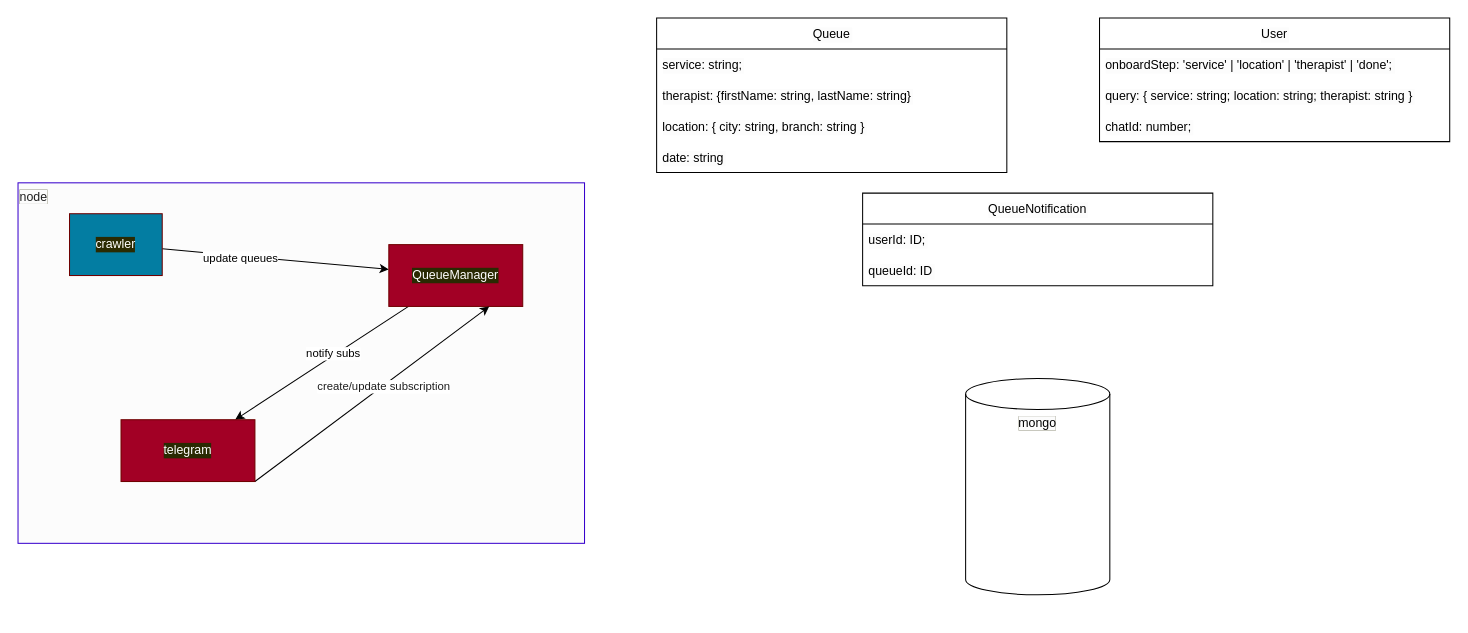
Earlier version of the draw.io diagram architecture.drawio (guygolanIL/queues). Source tidied: cells renumbered, new cells numbered last; positions are measured from the earlier drawing's top-left corner, leaving out a move shared by most shapes. Both pictures are drawn from the tidied source at 103%, with x=0, y=0 at pixel (18, 18).
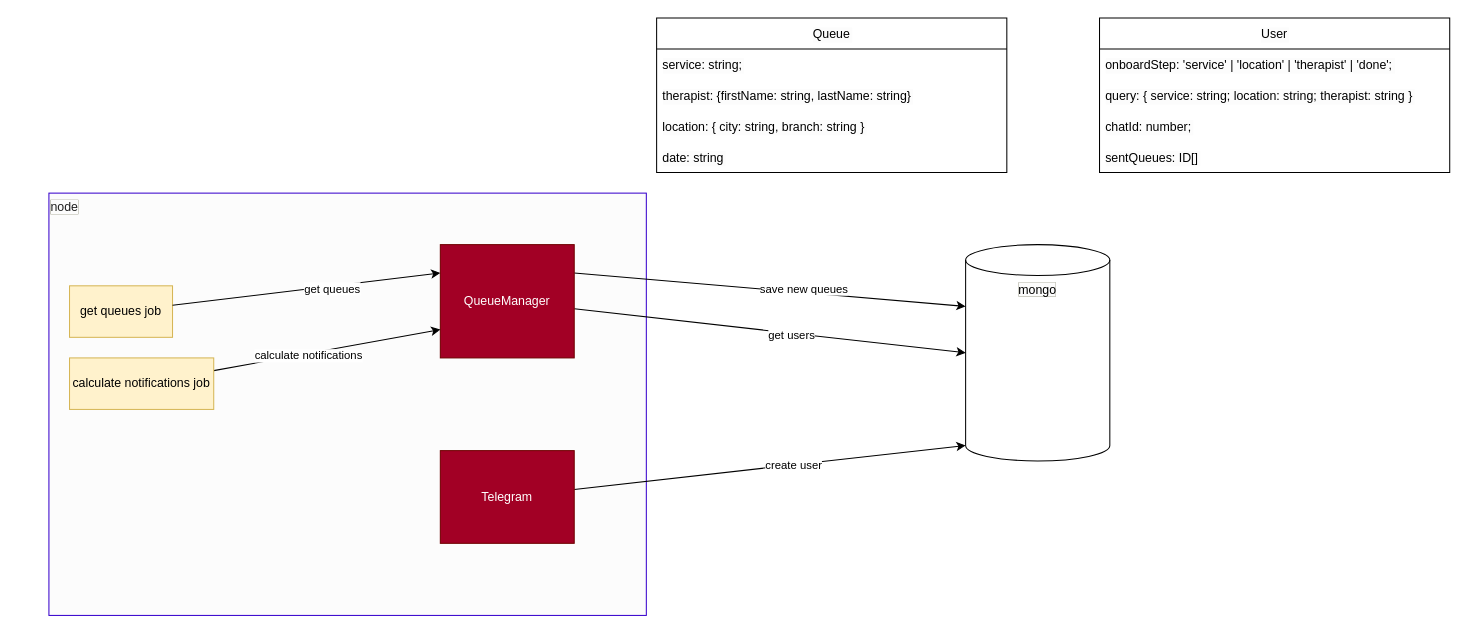
The same page after the edit.

Change to the diagram source:
```diff
@@
     <mxCell id="2" value="&lt;span style=&quot;background-color: rgb(252 , 252 , 252)&quot;&gt;mongo&lt;/span&gt;" style="shape=cylinder3;whiteSpace=wrap;html=1;boundedLbl=1;backgroundOutline=1;size=15;rounded=0;labelBackgroundColor=#2A2A02;fillColor=none;align=center;verticalAlign=top;" parent="1" vertex="1">
-      <mxGeometry x="920" y="350" width="140" height="210" as="geometry" />
+      <mxGeometry x="920" y="220" width="140" height="210" as="geometry" />
     </mxCell>
     <mxCell id="3" value="&lt;span style=&quot;background-color: rgb(252 , 252 , 252)&quot;&gt;&lt;font color=&quot;#1f1f1f&quot;&gt;node&lt;/font&gt;&lt;/span&gt;" style="text;html=1;strokeColor=#3700CC;fillColor=#FCFCFC;align=left;verticalAlign=top;whiteSpace=wrap;rounded=0;labelBackgroundColor=#2A2A02;fontColor=#ffffff;" parent="1" vertex="1">
-      <mxGeometry y="160" width="550" height="350" as="geometry" />
+      <mxGeometry x="30" y="170" width="580" height="410" as="geometry" />
     </mxCell>
-    <mxCell id="4" style="edgeStyle=none;html=1;" parent="1" edge="1" source="6" target="18">
-      <mxGeometry relative="1" as="geometry" />
-    </mxCell>
-    <mxCell id="5" value="update queues" style="edgeLabel;html=1;align=center;verticalAlign=middle;" parent="4" vertex="1">
-      <mxGeometry x="-0.31" y="-2" relative="1" as="geometry" />
-    </mxCell>
-    <mxCell id="6" value="crawler" style="text;html=1;strokeColor=#6F0000;fillColor=#037DA2;align=center;verticalAlign=middle;whiteSpace=wrap;rounded=0;labelBackgroundColor=#2A2A02;fontColor=#ffffff;" parent="1" vertex="1">
-      <mxGeometry x="50" y="190" width="90" height="60" as="geometry" />
-    </mxCell>
     <mxCell id="7" value="User" style="swimlane;fontStyle=0;horizontal=1;startSize=30;labelBackgroundColor=#FCFCFC;fillColor=none;" parent="1" vertex="1">
-      <mxGeometry x="1050" width="340" height="120" as="geometry" />
+      <mxGeometry x="1050" width="340" height="150" as="geometry" />
     </mxCell>
@@
+    <mxCell id="24" value="sentQueues: ID[]" style="text;strokeColor=none;fillColor=none;align=left;verticalAlign=middle;spacingLeft=4;spacingRight=4;overflow=hidden;labelBackgroundColor=#FCFCFC;" parent="7" vertex="1">
+      <mxGeometry y="120" width="340" height="30" as="geometry" />
+    </mxCell>
@@
-    <mxCell id="16" style="edgeStyle=none;html=1;" parent="1" edge="1" source="18" target="21">
-      <mxGeometry relative="1" as="geometry" />
-    </mxCell>
-    <mxCell id="17" value="notify subs" style="edgeLabel;html=1;align=center;verticalAlign=middle;" parent="16" vertex="1">
-      <mxGeometry x="-0.13" y="-2" relative="1" as="geometry" />
-    </mxCell>
+    <mxCell id="25" style="edgeStyle=none;html=1;entryX=0;entryY=0;entryDx=0;entryDy=60;entryPerimeter=0;exitX=1;exitY=0.25;exitDx=0;exitDy=0;" parent="1" edge="1" source="18" target="2">
+      <mxGeometry relative="1" as="geometry" />
+    </mxCell>
+    <mxCell id="26" value="save new queues" style="edgeLabel;html=1;align=center;verticalAlign=middle;" parent="25" vertex="1">
+      <mxGeometry x="0.17" y="4" relative="1" as="geometry" />
+    </mxCell>
+    <mxCell id="27" style="edgeStyle=none;html=1;entryX=0;entryY=0.5;entryDx=0;entryDy=0;entryPerimeter=0;" parent="1" edge="1" source="18" target="2">
+      <mxGeometry relative="1" as="geometry" />
+    </mxCell>
+    <mxCell id="28" value="get users" style="edgeLabel;html=1;align=center;verticalAlign=middle;" parent="27" vertex="1">
+      <mxGeometry x="0.11" y="-3" relative="1" as="geometry">
+        <mxPoint y="-1" as="offset" />
+      </mxGeometry>
+    </mxCell>
-    <mxCell id="18" value="QueueManager" style="text;html=1;strokeColor=#6F0000;fillColor=#a20025;align=center;verticalAlign=middle;whiteSpace=wrap;rounded=0;labelBackgroundColor=#2A2A02;fontColor=#ffffff;" parent="1" vertex="1">
-      <mxGeometry x="360" y="220" width="130" height="60" as="geometry" />
+    <mxCell id="18" value="QueueManager" style="text;html=1;strokeColor=#6F0000;fillColor=#a20025;align=center;verticalAlign=middle;whiteSpace=wrap;rounded=0;labelBackgroundColor=none;fontColor=#ffffff;" parent="1" vertex="1">
+      <mxGeometry x="410" y="220" width="130" height="110" as="geometry" />
     </mxCell>
-    <mxCell id="19" style="edgeStyle=none;html=1;fontColor=#1F1F1F;exitX=1;exitY=1;exitDx=0;exitDy=0;entryX=0.75;entryY=1;entryDx=0;entryDy=0;" parent="1" edge="1" source="21" target="18">
-      <mxGeometry relative="1" as="geometry" />
-    </mxCell>
-    <mxCell id="20" value="create/update subscription" style="edgeLabel;html=1;align=center;verticalAlign=middle;fontColor=#1F1F1F;" parent="19" vertex="1">
-      <mxGeometry x="0.09" relative="1" as="geometry" />
-    </mxCell>
-    <mxCell id="21" value="telegram" style="text;html=1;strokeColor=#6F0000;fillColor=#a20025;align=center;verticalAlign=middle;whiteSpace=wrap;rounded=0;labelBackgroundColor=#2A2A02;fontColor=#ffffff;" parent="1" vertex="1">
-      <mxGeometry x="100" y="390" width="130" height="60" as="geometry" />
-    </mxCell>
-    <mxCell id="22" value="QueueNotification" style="swimlane;fontStyle=0;horizontal=1;startSize=30;labelBackgroundColor=#FCFCFC;fillColor=none;" parent="1" vertex="1">
-      <mxGeometry x="820" y="170" width="340" height="90" as="geometry" />
-    </mxCell>
-    <mxCell id="23" value="userId: ID;" style="text;strokeColor=none;fillColor=none;align=left;verticalAlign=middle;spacingLeft=4;spacingRight=4;overflow=hidden;labelBackgroundColor=#FCFCFC;" parent="22" vertex="1">
-      <mxGeometry y="30" width="340" height="30" as="geometry" />
-    </mxCell>
-    <mxCell id="24" value="queueId: ID" style="text;strokeColor=none;fillColor=none;align=left;verticalAlign=middle;spacingLeft=4;spacingRight=4;overflow=hidden;labelBackgroundColor=#FCFCFC;" parent="22" vertex="1">
-      <mxGeometry y="60" width="340" height="30" as="geometry" />
-    </mxCell>
+    <mxCell id="29" value="get queues job" style="text;html=1;strokeColor=#d6b656;fillColor=#fff2cc;align=center;verticalAlign=middle;whiteSpace=wrap;rounded=0;labelBackgroundColor=none;" parent="1" vertex="1">
+      <mxGeometry x="50" y="260" width="100" height="50" as="geometry" />
+    </mxCell>
+    <mxCell id="30" style="edgeStyle=none;html=1;entryX=0;entryY=0.25;entryDx=0;entryDy=0;" parent="1" edge="1" source="29" target="18">
+      <mxGeometry relative="1" as="geometry" />
+    </mxCell>
+    <mxCell id="31" value="get queues" style="edgeLabel;html=1;align=center;verticalAlign=middle;" parent="30" vertex="1">
+      <mxGeometry x="0.18" y="-2" relative="1" as="geometry" />
+    </mxCell>
+    <mxCell id="32" style="edgeStyle=none;html=1;entryX=0;entryY=0.75;entryDx=0;entryDy=0;" parent="1" edge="1" source="34" target="18">
+      <mxGeometry relative="1" as="geometry" />
+    </mxCell>
+    <mxCell id="33" value="calculate notifications" style="edgeLabel;html=1;align=center;verticalAlign=middle;" parent="32" vertex="1">
+      <mxGeometry x="-0.17" y="-2" relative="1" as="geometry" />
+    </mxCell>
+    <mxCell id="34" value="calculate notifications job" style="text;html=1;strokeColor=#d6b656;fillColor=#fff2cc;align=center;verticalAlign=middle;whiteSpace=wrap;rounded=0;labelBackgroundColor=none;" parent="1" vertex="1">
+      <mxGeometry x="50" y="330" width="140" height="50" as="geometry" />
+    </mxCell>
+    <mxCell id="35" style="edgeStyle=none;html=1;entryX=0;entryY=1;entryDx=0;entryDy=-15;entryPerimeter=0;" parent="1" edge="1" source="37" target="2">
+      <mxGeometry relative="1" as="geometry" />
+    </mxCell>
+    <mxCell id="36" value="create user" style="edgeLabel;html=1;align=center;verticalAlign=middle;" parent="35" vertex="1">
+      <mxGeometry x="0.12" relative="1" as="geometry" />
+    </mxCell>
+    <mxCell id="37" value="Telegram" style="text;html=1;strokeColor=#6F0000;fillColor=#a20025;align=center;verticalAlign=middle;whiteSpace=wrap;rounded=0;labelBackgroundColor=none;fontColor=#ffffff;" parent="1" vertex="1">
+      <mxGeometry x="410" y="420" width="130" height="90" as="geometry" />
+    </mxCell>
```
